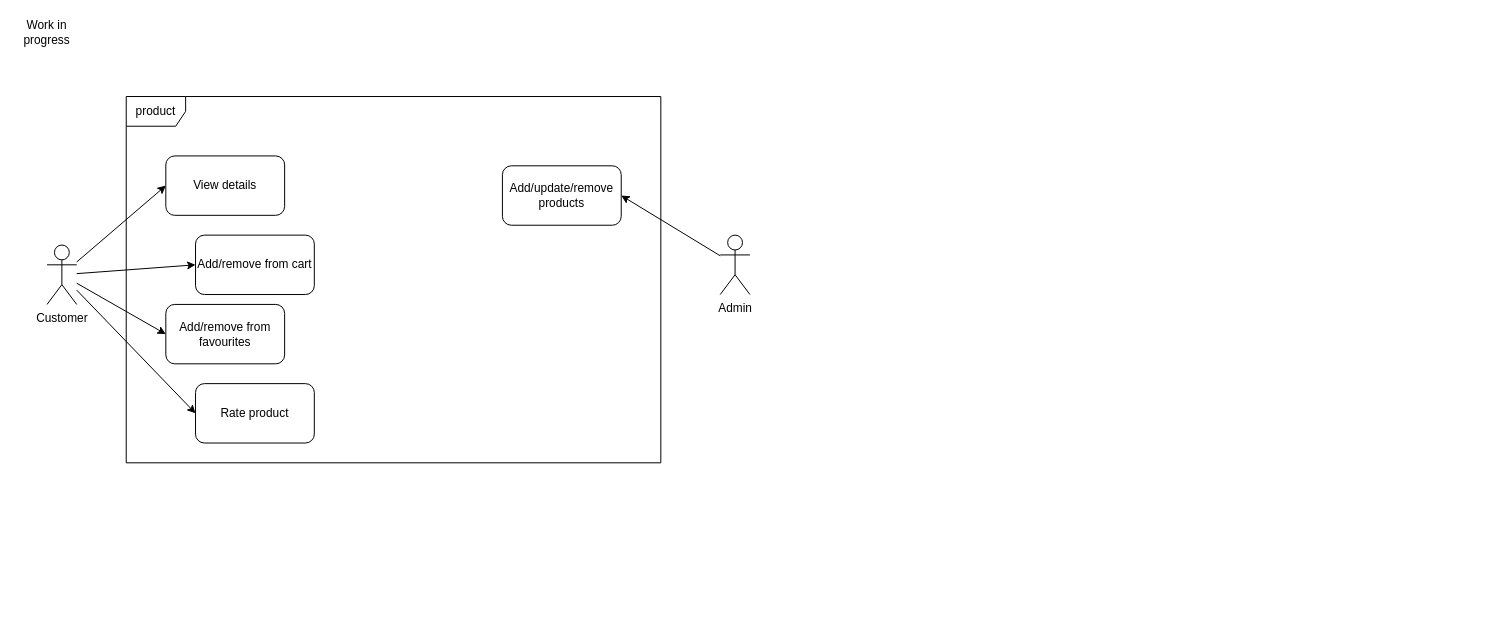
data-miner00/Sway keeps this draw.io diagram as page "Detailed UCD" (4 of 4) of docs/Sway.drawio. Above is the earlier version. Source tidied: cells renumbered, new cells numbered last; positions are measured from the earlier drawing's top-left corner, leaving out a move shared by most shapes. Both pictures are drawn from the tidied source at 99%, with x=0, y=0 at pixel (17, 17).
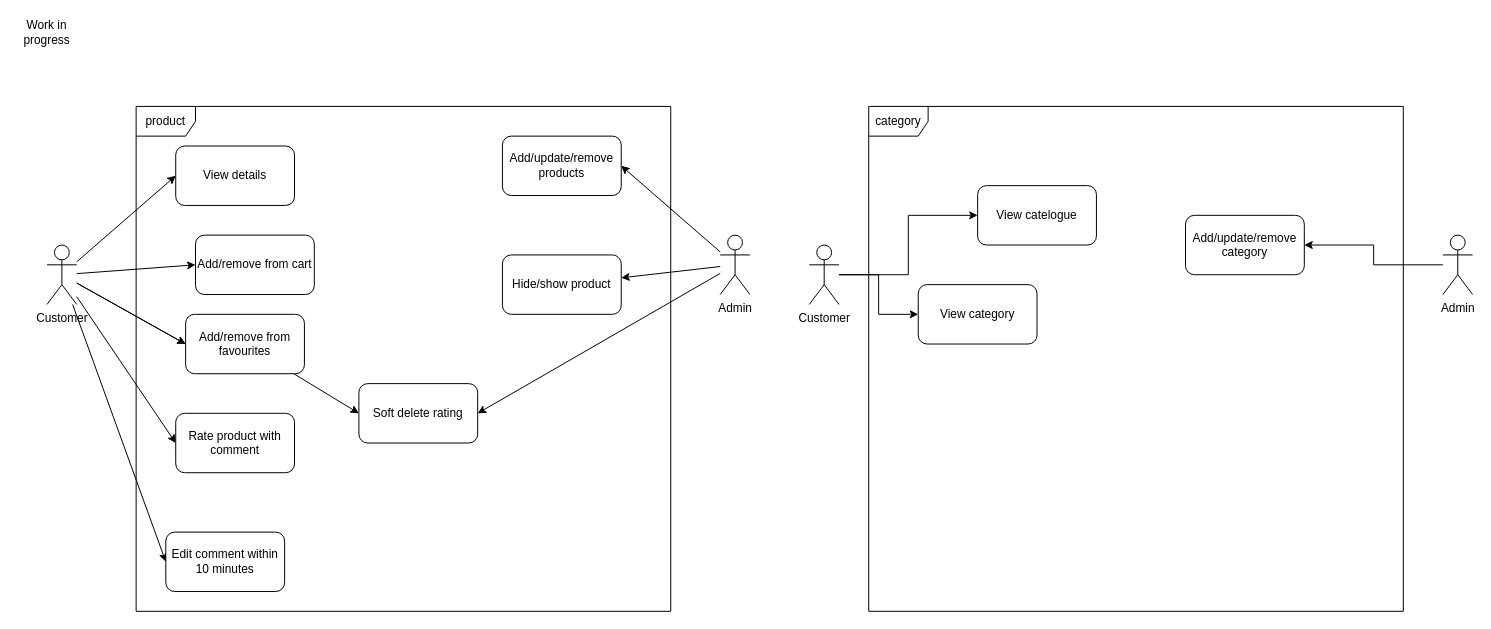
The same diagram, later.

Unchanged cells that the change refers to:
```xml
<mxCell id="7" value="Customer" style="shape=umlActor;verticalLabelPosition=bottom;verticalAlign=top;html=1;" parent="1" vertex="1">
  <mxGeometry x="30" y="230" width="30" height="60" as="geometry" />
</mxCell>
<mxCell id="9" value="Admin" style="shape=umlActor;verticalLabelPosition=bottom;verticalAlign=top;html=1;" parent="1" vertex="1">
  <mxGeometry x="710" y="220" width="30" height="60" as="geometry" />
</mxCell>
```

Change to the diagram source:
```diff
@@
-    <mxCell id="2" value="product" style="shape=umlFrame;whiteSpace=wrap;html=1;" parent="1" vertex="1">
-      <mxGeometry x="110" y="80" width="540" height="370" as="geometry" />
+    <mxCell id="2" value="category" style="shape=umlFrame;whiteSpace=wrap;html=1;" parent="1" vertex="1">
+      <mxGeometry x="860" y="90" width="540" height="510" as="geometry" />
     </mxCell>
@@
+    <mxCell id="16" style="rounded=0;jettySize=auto;html=1;entryX=0;entryY=0.5;entryDx=0;entryDy=0;" parent="1" edge="1" source="12" target="21">
+      <mxGeometry relative="1" as="geometry" />
+    </mxCell>
+    <mxCell id="17" style="rounded=0;jettySize=auto;html=1;entryX=0;entryY=0.5;entryDx=0;entryDy=0;" parent="1" edge="1" source="7" target="20">
+      <mxGeometry relative="1" as="geometry" />
+    </mxCell>
@@
+    <mxCell id="18" style="rounded=0;jettySize=auto;html=1;" parent="1" edge="1" source="9" target="22">
+      <mxGeometry relative="1" as="geometry" />
+    </mxCell>
+    <mxCell id="19" style="rounded=0;jettySize=auto;html=1;entryX=1;entryY=0.5;entryDx=0;entryDy=0;" parent="1" edge="1" source="9" target="21">
+      <mxGeometry relative="1" as="geometry" />
+    </mxCell>
@@
     <mxCell id="10" value="View details" style="rounded=1;whiteSpace=wrap;html=1;" parent="1" vertex="1">
-      <mxGeometry x="150" y="140" width="120" height="60" as="geometry" />
+      <mxGeometry x="160" y="130" width="120" height="60" as="geometry" />
     </mxCell>
     <mxCell id="11" value="Add/update/remove products" style="rounded=1;whiteSpace=wrap;html=1;" parent="1" vertex="1">
-      <mxGeometry x="490" y="150" width="120" height="60" as="geometry" />
+      <mxGeometry x="490" y="120" width="120" height="60" as="geometry" />
     </mxCell>
-    <mxCell id="12" value="Add/remove from favourites" style="rounded=1;whiteSpace=wrap;html=1;" parent="1" vertex="1">
-      <mxGeometry x="150" y="290" width="120" height="60" as="geometry" />
-    </mxCell>
@@
-    <mxCell id="15" value="Rate product" style="rounded=1;whiteSpace=wrap;html=1;" parent="1" vertex="1">
-      <mxGeometry x="180" y="370" width="120" height="60" as="geometry" />
+    <mxCell id="15" value="Rate product with comment" style="rounded=1;whiteSpace=wrap;html=1;" parent="1" vertex="1">
+      <mxGeometry x="160" y="400" width="120" height="60" as="geometry" />
     </mxCell>
+    <mxCell id="20" value="Edit comment within 10 minutes" style="rounded=1;whiteSpace=wrap;html=1;" parent="1" vertex="1">
+      <mxGeometry x="150" y="520" width="120" height="60" as="geometry" />
+    </mxCell>
+    <mxCell id="21" value="Soft delete rating" style="rounded=1;whiteSpace=wrap;html=1;" parent="1" vertex="1">
+      <mxGeometry x="345" y="370" width="120" height="60" as="geometry" />
+    </mxCell>
+    <mxCell id="22" value="Hide/show product" style="rounded=1;whiteSpace=wrap;html=1;" parent="1" vertex="1">
+      <mxGeometry x="490" y="240" width="120" height="60" as="geometry" />
+    </mxCell>
+    <mxCell id="23" value="product" style="shape=umlFrame;whiteSpace=wrap;html=1;" parent="1" vertex="1">
+      <mxGeometry x="120" y="90" width="540" height="510" as="geometry" />
+    </mxCell>
+    <mxCell id="24" value="Add/update/remove category" style="rounded=1;whiteSpace=wrap;html=1;" parent="1" vertex="1">
+      <mxGeometry x="1180" y="200" width="120" height="60" as="geometry" />
+    </mxCell>
+    <mxCell id="25" value="View category" style="rounded=1;whiteSpace=wrap;html=1;" parent="1" vertex="1">
+      <mxGeometry x="910" y="270" width="120" height="60" as="geometry" />
+    </mxCell>
+    <mxCell id="26" value="View catelogue" style="rounded=1;whiteSpace=wrap;html=1;" parent="1" vertex="1">
+      <mxGeometry x="970" y="170" width="120" height="60" as="geometry" />
+    </mxCell>
+    <mxCell id="27" style="edgeStyle=orthogonalEdgeStyle;rounded=0;jettySize=auto;html=1;" parent="1" edge="1" source="29" target="26">
+      <mxGeometry relative="1" as="geometry" />
+    </mxCell>
+    <mxCell id="28" style="edgeStyle=orthogonalEdgeStyle;rounded=0;jettySize=auto;html=1;" parent="1" edge="1" source="29" target="25">
+      <mxGeometry relative="1" as="geometry" />
+    </mxCell>
+    <mxCell id="29" value="Customer" style="shape=umlActor;verticalLabelPosition=bottom;verticalAlign=top;html=1;" parent="1" vertex="1">
+      <mxGeometry x="800" y="230" width="30" height="60" as="geometry" />
+    </mxCell>
+    <mxCell id="30" style="edgeStyle=orthogonalEdgeStyle;rounded=0;jettySize=auto;html=1;entryX=1;entryY=0.5;entryDx=0;entryDy=0;" parent="1" edge="1" source="31" target="24">
+      <mxGeometry relative="1" as="geometry" />
+    </mxCell>
+    <mxCell id="31" value="Admin" style="shape=umlActor;verticalLabelPosition=bottom;verticalAlign=top;html=1;" parent="1" vertex="1">
+      <mxGeometry x="1440" y="220" width="30" height="60" as="geometry" />
+    </mxCell>
+    <mxCell id="32" style="rounded=0;jettySize=auto;html=1;entryX=0;entryY=0.5;entryDx=0;entryDy=0;" parent="1" edge="1" source="7" target="12">
+      <mxGeometry relative="1" as="geometry" />
+    </mxCell>
+    <mxCell id="12" value="Add/remove from favourites" style="rounded=1;whiteSpace=wrap;html=1;" parent="1" vertex="1">
+      <mxGeometry x="170" y="300" width="120" height="60" as="geometry" />
+    </mxCell>
```
